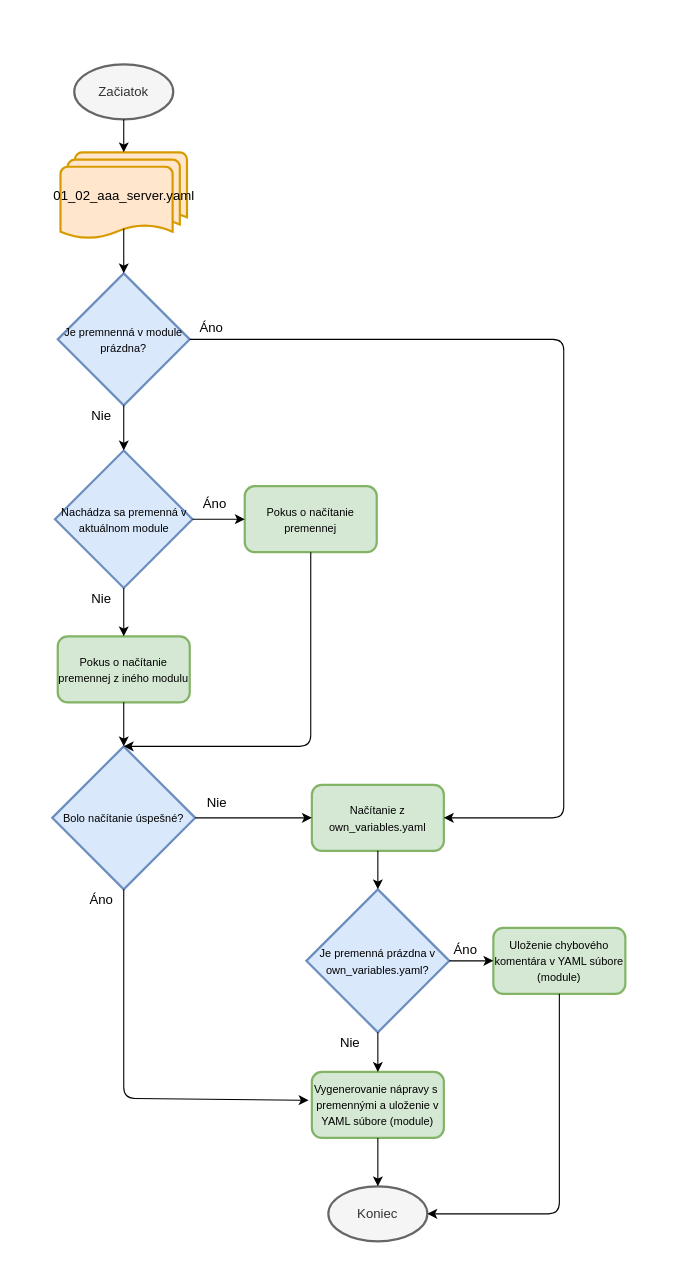
This is thesis/obrazky/variables_fix.drawio from siorus/MasterThesis, a draw.io file, before an edit. Source tidied: cells renumbered, new cells numbered last; positions are measured from the earlier drawing's top-left corner, leaving out a move shared by most shapes. Both pictures are drawn from the tidied source at 110%, with x=0, y=0 at pixel (52, 64).
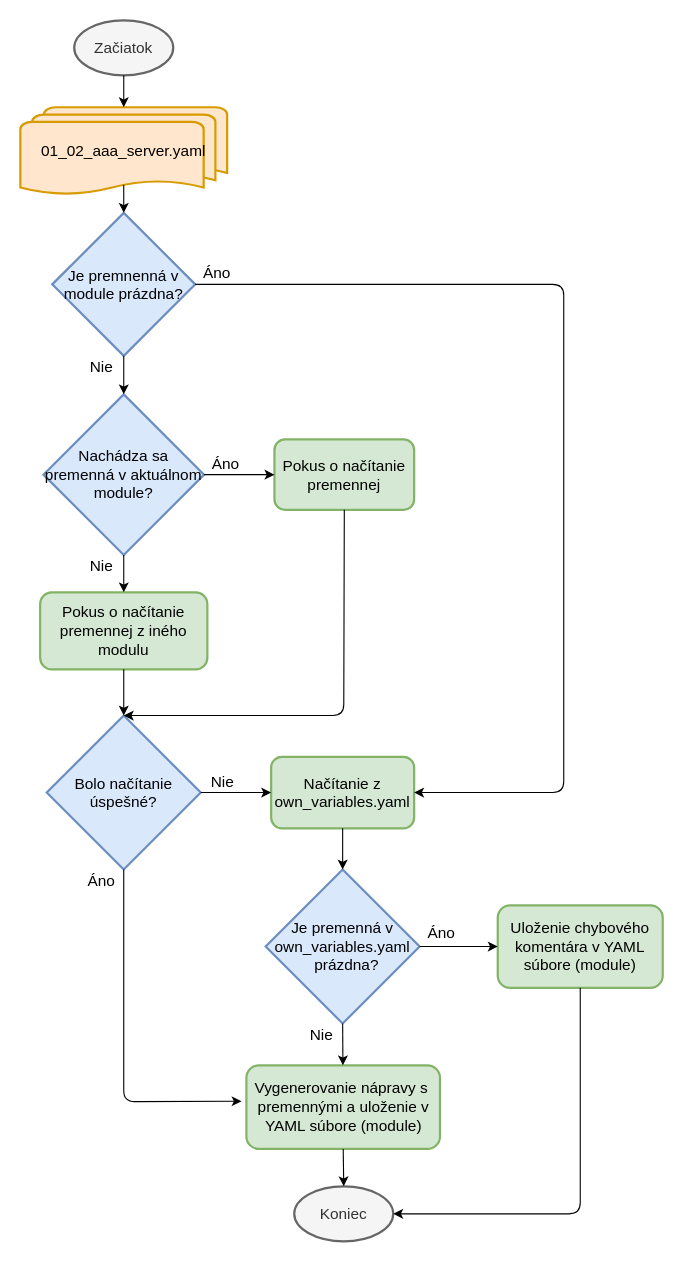
Above is the later version.

Change to the diagram source:
```diff
@@
-    <mxCell id="2" value="Začiatok" style="strokeWidth=2;html=1;shape=mxgraph.flowchart.start_1;whiteSpace=wrap;fontFamily=Vafle VUT;fillColor=#f5f5f5;strokeColor=#666666;fontColor=#333333;" parent="1" vertex="1">
-      <mxGeometry x="20" width="90" height="50" as="geometry" />
+    <mxCell id="2" value="Začiatok" style="strokeWidth=2;html=1;shape=mxgraph.flowchart.start_1;whiteSpace=wrap;fontFamily=Vafle VUT;fillColor=#f5f5f5;strokeColor=#666666;fontColor=#333333;fontSize=14;" parent="1" vertex="1">
+      <mxGeometry x="20" y="-40" width="90" height="50" as="geometry" />
     </mxCell>
-    <mxCell id="3" value="Koniec" style="strokeWidth=2;html=1;shape=mxgraph.flowchart.start_1;whiteSpace=wrap;fontFamily=Vafle VUT;fillColor=#f5f5f5;strokeColor=#666666;fontColor=#333333;" parent="1" vertex="1">
-      <mxGeometry x="251" y="1020" width="90" height="50" as="geometry" />
+    <mxCell id="3" value="Koniec" style="strokeWidth=2;html=1;shape=mxgraph.flowchart.start_1;whiteSpace=wrap;fontFamily=Vafle VUT;fillColor=#f5f5f5;strokeColor=#666666;fontColor=#333333;fontSize=14;" parent="1" vertex="1">
+      <mxGeometry x="220" y="1020" width="90" height="50" as="geometry" />
     </mxCell>
-    <mxCell id="4" value="&lt;font face=&quot;Vafle VUT&quot; style=&quot;font-size: 10px&quot;&gt;Je premnenná v module prázdna?&lt;/font&gt;" style="rhombus;whiteSpace=wrap;html=1;fillColor=#dae8fc;strokeColor=#6c8ebf;strokeWidth=2;" parent="1" vertex="1">
-      <mxGeometry x="5" y="190" width="120" height="120" as="geometry" />
+    <mxCell id="4" value="&lt;font face=&quot;Vafle VUT&quot; style=&quot;font-size: 14px;&quot;&gt;Je premnenná v module prázdna?&lt;/font&gt;" style="rhombus;whiteSpace=wrap;html=1;fillColor=#dae8fc;strokeColor=#6c8ebf;strokeWidth=2;fontFamily=Vafle VUT;fontSize=14;" parent="1" vertex="1">
+      <mxGeometry y="135" width="130" height="130" as="geometry" />
     </mxCell>
-    <mxCell id="5" value="01_02_aaa_server.yaml" style="strokeWidth=2;html=1;shape=mxgraph.flowchart.multi-document;whiteSpace=wrap;fontFamily=Vafle VUT;fillColor=#ffe6cc;strokeColor=#d79b00;" parent="1" vertex="1">
-      <mxGeometry x="7.5" y="80" width="115" height="79" as="geometry" />
+    <mxCell id="5" value="01_02_aaa_server.yaml" style="strokeWidth=2;html=1;shape=mxgraph.flowchart.multi-document;whiteSpace=wrap;fontFamily=Vafle VUT;fillColor=#ffe6cc;strokeColor=#d79b00;fontSize=14;" parent="1" vertex="1">
+      <mxGeometry x="-29" y="39" width="188" height="80" as="geometry" />
     </mxCell>
-    <mxCell id="6" style="endArrow=classic;html=1;exitX=0.5;exitY=1;exitDx=0;exitDy=0;exitPerimeter=0;entryX=0.5;entryY=0;entryDx=0;entryDy=0;entryPerimeter=0;" parent="1" edge="1" source="2" target="5">
+    <mxCell id="6" style="endArrow=classic;html=1;exitX=0.5;exitY=1;exitDx=0;exitDy=0;exitPerimeter=0;entryX=0.5;entryY=0;entryDx=0;entryDy=0;entryPerimeter=0;fontFamily=Vafle VUT;fontSize=14;" parent="1" edge="1" source="2" target="5">
       <mxGeometry relative="1" as="geometry" />
     </mxCell>
-    <mxCell id="7" style="endArrow=classic;html=1;exitX=0.5;exitY=0.88;exitDx=0;exitDy=0;exitPerimeter=0;entryX=0.5;entryY=0;entryDx=0;entryDy=0;" parent="1" edge="1" source="5" target="4">
+    <mxCell id="7" style="endArrow=classic;html=1;exitX=0.5;exitY=0.88;exitDx=0;exitDy=0;exitPerimeter=0;entryX=0.5;entryY=0;entryDx=0;entryDy=0;fontFamily=Vafle VUT;fontSize=14;" parent="1" edge="1" source="5" target="4">
       <mxGeometry relative="1" as="geometry" />
     </mxCell>
-    <mxCell id="8" value="&lt;font face=&quot;Vafle VUT&quot; style=&quot;font-size: 10px&quot;&gt;Pokus o načítanie premennej z iného modulu&lt;/font&gt;" style="rounded=1;whiteSpace=wrap;html=1;strokeWidth=2;fillColor=#d5e8d4;strokeColor=#82b366;" parent="1" vertex="1">
-      <mxGeometry x="5" y="520" width="120" height="60" as="geometry" />
+    <mxCell id="8" value="&lt;font face=&quot;Vafle VUT&quot; style=&quot;font-size: 14px;&quot;&gt;Pokus o načítanie premennej z iného modulu&lt;/font&gt;" style="rounded=1;whiteSpace=wrap;html=1;strokeWidth=2;fillColor=#d5e8d4;strokeColor=#82b366;fontFamily=Vafle VUT;fontSize=14;" parent="1" vertex="1">
+      <mxGeometry x="-11" y="480" width="152" height="70" as="geometry" />
     </mxCell>
-    <mxCell id="9" value="&lt;font face=&quot;Vafle VUT&quot; style=&quot;font-size: 10px&quot;&gt;Nachádza sa premenná v aktuálnom module&lt;/font&gt;" style="rhombus;whiteSpace=wrap;html=1;fillColor=#dae8fc;strokeColor=#6c8ebf;strokeWidth=2;verticalAlign=middle;" parent="1" vertex="1">
-      <mxGeometry x="2.5" y="351" width="125" height="125" as="geometry" />
+    <mxCell id="9" value="&lt;font face=&quot;Vafle VUT&quot; style=&quot;font-size: 14px&quot;&gt;Nachádza sa &lt;br&gt;premenná v aktuálnom module?&lt;/font&gt;" style="rhombus;whiteSpace=wrap;html=1;fillColor=#dae8fc;strokeColor=#6c8ebf;strokeWidth=2;verticalAlign=middle;fontFamily=Vafle VUT;fontSize=14;" parent="1" vertex="1">
+      <mxGeometry x="-8" y="300" width="146" height="146" as="geometry" />
     </mxCell>
-    <mxCell id="10" style="endArrow=classic;html=1;exitX=0.5;exitY=1;exitDx=0;exitDy=0;entryX=0.5;entryY=0;entryDx=0;entryDy=0;" parent="1" edge="1" source="4" target="9">
+    <mxCell id="10" style="endArrow=classic;html=1;exitX=0.5;exitY=1;exitDx=0;exitDy=0;entryX=0.5;entryY=0;entryDx=0;entryDy=0;fontFamily=Vafle VUT;fontSize=14;" parent="1" edge="1" source="4" target="9">
       <mxGeometry relative="1" as="geometry" />
     </mxCell>
-    <mxCell id="11" value="&lt;font style=&quot;font-size: 12px&quot; face=&quot;Vafle VUT&quot;&gt;Áno&lt;/font&gt;" style="text;html=1;strokeColor=none;fillColor=none;align=center;verticalAlign=middle;whiteSpace=wrap;rounded=0;" parent="1" vertex="1">
-      <mxGeometry x="125" y="230" width="40" height="20" as="geometry" />
+    <mxCell id="11" value="&lt;font style=&quot;font-size: 14px;&quot; face=&quot;Vafle VUT&quot;&gt;Áno&lt;/font&gt;" style="text;html=1;strokeColor=none;fillColor=none;align=center;verticalAlign=middle;whiteSpace=wrap;rounded=0;fontFamily=Vafle VUT;fontSize=14;" parent="1" vertex="1">
+      <mxGeometry x="130" y="180" width="40" height="20" as="geometry" />
     </mxCell>
-    <mxCell id="12" style="endArrow=classic;html=1;exitX=0.5;exitY=1;exitDx=0;exitDy=0;entryX=0.5;entryY=0;entryDx=0;entryDy=0;" parent="1" edge="1" source="9" target="8">
+    <mxCell id="12" style="endArrow=classic;html=1;exitX=0.5;exitY=1;exitDx=0;exitDy=0;entryX=0.5;entryY=0;entryDx=0;entryDy=0;fontFamily=Vafle VUT;fontSize=14;" parent="1" edge="1" source="9" target="8">
       <mxGeometry relative="1" as="geometry" />
     </mxCell>
-    <mxCell id="13" value="&lt;font face=&quot;Vafle VUT&quot; style=&quot;font-size: 10px&quot;&gt;Načítanie z own_variables.yaml&lt;/font&gt;" style="rounded=1;whiteSpace=wrap;html=1;strokeWidth=2;fillColor=#d5e8d4;strokeColor=#82b366;" parent="1" vertex="1">
-      <mxGeometry x="236" y="655" width="120" height="60" as="geometry" />
+    <mxCell id="13" value="&lt;font face=&quot;Vafle VUT&quot; style=&quot;font-size: 14px;&quot;&gt;Načítanie z own_variables.yaml&lt;/font&gt;" style="rounded=1;whiteSpace=wrap;html=1;strokeWidth=2;fillColor=#d5e8d4;strokeColor=#82b366;fontFamily=Vafle VUT;fontSize=14;" parent="1" vertex="1">
+      <mxGeometry x="199" y="629.5" width="130" height="65" as="geometry" />
     </mxCell>
-    <mxCell id="14" value="&lt;font face=&quot;Vafle VUT&quot; style=&quot;font-size: 10px&quot;&gt;Bolo načítanie úspešné?&lt;/font&gt;" style="rhombus;whiteSpace=wrap;html=1;fillColor=#dae8fc;strokeColor=#6c8ebf;strokeWidth=2;" parent="1" vertex="1">
-      <mxGeometry y="620" width="130" height="130" as="geometry" />
+    <mxCell id="14" value="&lt;font face=&quot;Vafle VUT&quot; style=&quot;font-size: 14px;&quot;&gt;Bolo načítanie úspešné?&lt;/font&gt;" style="rhombus;whiteSpace=wrap;html=1;fillColor=#dae8fc;strokeColor=#6c8ebf;strokeWidth=2;fontFamily=Vafle VUT;fontSize=14;" parent="1" vertex="1">
+      <mxGeometry x="-5" y="592" width="140" height="140" as="geometry" />
     </mxCell>
-    <mxCell id="15" style="endArrow=classic;html=1;exitX=0.5;exitY=1;exitDx=0;exitDy=0;entryX=0.5;entryY=0;entryDx=0;entryDy=0;" parent="1" edge="1" source="8" target="14">
+    <mxCell id="15" style="endArrow=classic;html=1;exitX=0.5;exitY=1;exitDx=0;exitDy=0;entryX=0.5;entryY=0;entryDx=0;entryDy=0;fontFamily=Vafle VUT;fontSize=14;" parent="1" edge="1" source="8" target="14">
       <mxGeometry relative="1" as="geometry" />
     </mxCell>
-    <mxCell id="16" style="endArrow=classic;html=1;exitX=1;exitY=0.5;exitDx=0;exitDy=0;entryX=1;entryY=0.5;entryDx=0;entryDy=0;" parent="1" edge="1" source="4" target="13">
+    <mxCell id="16" style="endArrow=classic;html=1;exitX=1;exitY=0.5;exitDx=0;exitDy=0;entryX=1;entryY=0.5;entryDx=0;entryDy=0;fontFamily=Vafle VUT;fontSize=14;" parent="1" edge="1" source="4" target="13">
       <mxGeometry relative="1" as="geometry">
         <Array as="points">
-          <mxPoint x="465" y="250" />
-          <mxPoint x="465" y="685" />
+          <mxPoint x="465" y="200" />
+          <mxPoint x="465" y="662" />
         </Array>
       </mxGeometry>
     </mxCell>
-    <mxCell id="17" value="&lt;font face=&quot;Vafle VUT&quot;&gt;&lt;span style=&quot;font-size: 10px&quot;&gt;Vygenerovanie nápravy s&amp;nbsp; premennými a uloženie v YAML súbore (module)&lt;/span&gt;&lt;/font&gt;" style="rounded=1;whiteSpace=wrap;html=1;strokeWidth=2;fillColor=#d5e8d4;strokeColor=#82b366;" parent="1" vertex="1">
-      <mxGeometry x="236" y="916" width="120" height="60" as="geometry" />
+    <mxCell id="17" value="&lt;font face=&quot;Vafle VUT&quot; style=&quot;font-size: 14px;&quot;&gt;&lt;span style=&quot;font-size: 14px;&quot;&gt;Vygenerovanie nápravy s&amp;nbsp; premennými a uloženie v YAML súbore (module)&lt;/span&gt;&lt;/font&gt;" style="rounded=1;whiteSpace=wrap;html=1;strokeWidth=2;fillColor=#d5e8d4;strokeColor=#82b366;fontFamily=Vafle VUT;fontSize=14;" parent="1" vertex="1">
+      <mxGeometry x="176.5" y="910" width="176" height="76" as="geometry" />
     </mxCell>
-    <mxCell id="18" value="&lt;font face=&quot;Vafle VUT&quot;&gt;&lt;span style=&quot;font-size: 10px&quot;&gt;Uloženie chybového komentára&amp;nbsp;&lt;/span&gt;&lt;/font&gt;&lt;span style=&quot;font-family: &amp;#34;vafle vut&amp;#34; ; font-size: 10px&quot;&gt;v YAML súbore (module)&lt;/span&gt;" style="rounded=1;whiteSpace=wrap;html=1;strokeWidth=2;fillColor=#d5e8d4;strokeColor=#82b366;" parent="1" vertex="1">
-      <mxGeometry x="401" y="785" width="120" height="60" as="geometry" />
+    <mxCell id="18" value="&lt;font face=&quot;Vafle VUT&quot; style=&quot;font-size: 14px;&quot;&gt;&lt;span style=&quot;font-size: 14px;&quot;&gt;Uloženie chybového komentára&amp;nbsp;&lt;/span&gt;&lt;/font&gt;&lt;span style=&quot;font-family: &amp;quot;vafle vut&amp;quot;; font-size: 14px;&quot;&gt;v YAML súbore (module)&lt;/span&gt;" style="rounded=1;whiteSpace=wrap;html=1;strokeWidth=2;fillColor=#d5e8d4;strokeColor=#82b366;fontFamily=Vafle VUT;fontSize=14;" parent="1" vertex="1">
+      <mxGeometry x="405" y="764.5" width="150" height="75" as="geometry" />
     </mxCell>
-    <mxCell id="19" value="&lt;font style=&quot;font-size: 12px&quot; face=&quot;Vafle VUT&quot;&gt;Nie&lt;/font&gt;" style="text;html=1;strokeColor=none;fillColor=none;align=center;verticalAlign=middle;whiteSpace=wrap;rounded=0;" parent="1" vertex="1">
-      <mxGeometry x="25" y="310" width="40" height="20" as="geometry" />
+    <mxCell id="19" value="&lt;font style=&quot;font-size: 14px;&quot; face=&quot;Vafle VUT&quot;&gt;Nie&lt;/font&gt;" style="text;html=1;strokeColor=none;fillColor=none;align=center;verticalAlign=middle;whiteSpace=wrap;rounded=0;fontFamily=Vafle VUT;fontSize=14;" parent="1" vertex="1">
+      <mxGeometry x="25" y="265" width="40" height="20" as="geometry" />
     </mxCell>
-    <mxCell id="20" value="&lt;font style=&quot;font-size: 12px&quot; face=&quot;Vafle VUT&quot;&gt;Nie&lt;/font&gt;" style="text;html=1;strokeColor=none;fillColor=none;align=center;verticalAlign=middle;whiteSpace=wrap;rounded=0;" parent="1" vertex="1">
-      <mxGeometry x="25" y="476" width="40" height="20" as="geometry" />
+    <mxCell id="20" value="&lt;font style=&quot;font-size: 14px;&quot; face=&quot;Vafle VUT&quot;&gt;Nie&lt;/font&gt;" style="text;html=1;strokeColor=none;fillColor=none;align=center;verticalAlign=middle;whiteSpace=wrap;rounded=0;fontFamily=Vafle VUT;fontSize=14;" parent="1" vertex="1">
+      <mxGeometry x="25" y="446" width="40" height="20" as="geometry" />
     </mxCell>
-    <mxCell id="21" value="&lt;font style=&quot;font-size: 12px&quot; face=&quot;Vafle VUT&quot;&gt;Áno&lt;/font&gt;" style="text;html=1;strokeColor=none;fillColor=none;align=center;verticalAlign=middle;whiteSpace=wrap;rounded=0;" parent="1" vertex="1">
-      <mxGeometry x="127.5" y="390" width="40" height="20" as="geometry" />
+    <mxCell id="21" value="&lt;font style=&quot;font-size: 14px;&quot; face=&quot;Vafle VUT&quot;&gt;Áno&lt;/font&gt;" style="text;html=1;strokeColor=none;fillColor=none;align=center;verticalAlign=middle;whiteSpace=wrap;rounded=0;fontFamily=Vafle VUT;fontSize=14;" parent="1" vertex="1">
+      <mxGeometry x="138" y="353" width="40" height="20" as="geometry" />
     </mxCell>
-    <mxCell id="22" value="&lt;font face=&quot;Vafle VUT&quot; style=&quot;font-size: 10px&quot;&gt;Je premenná prázdna v own_variables.yaml?&lt;/font&gt;" style="rhombus;whiteSpace=wrap;html=1;fillColor=#dae8fc;strokeColor=#6c8ebf;strokeWidth=2;" parent="1" vertex="1">
-      <mxGeometry x="231" y="750" width="130" height="130" as="geometry" />
+    <mxCell id="22" value="&lt;font face=&quot;Vafle VUT&quot;&gt;Je premenná&amp;nbsp;&lt;/font&gt;v own_variables.yaml&lt;font face=&quot;Vafle VUT&quot;&gt;&lt;br&gt;&amp;nbsp; prázdna?&lt;/font&gt;" style="rhombus;whiteSpace=wrap;html=1;fillColor=#dae8fc;strokeColor=#6c8ebf;strokeWidth=2;fontFamily=Vafle VUT;fontSize=14;" parent="1" vertex="1">
+      <mxGeometry x="194" y="732" width="140" height="140" as="geometry" />
     </mxCell>
-    <mxCell id="23" style="endArrow=classic;html=1;exitX=0.5;exitY=1;exitDx=0;exitDy=0;" parent="1" edge="1" source="22" target="17">
+    <mxCell id="23" style="endArrow=classic;html=1;exitX=0.5;exitY=1;exitDx=0;exitDy=0;fontFamily=Vafle VUT;fontSize=14;" parent="1" edge="1" source="22" target="17">
       <mxGeometry relative="1" as="geometry" />
     </mxCell>
-    <mxCell id="24" style="endArrow=classic;html=1;exitX=1;exitY=0.5;exitDx=0;exitDy=0;entryX=0;entryY=0.5;entryDx=0;entryDy=0;" parent="1" edge="1" source="22" target="18">
+    <mxCell id="24" style="endArrow=classic;html=1;exitX=1;exitY=0.5;exitDx=0;exitDy=0;entryX=0;entryY=0.5;entryDx=0;entryDy=0;fontFamily=Vafle VUT;fontSize=14;" parent="1" edge="1" source="22" target="18">
       <mxGeometry relative="1" as="geometry" />
     </mxCell>
-    <mxCell id="25" value="&lt;font style=&quot;font-size: 12px&quot; face=&quot;Vafle VUT&quot;&gt;Áno&lt;/font&gt;" style="text;html=1;strokeColor=none;fillColor=none;align=center;verticalAlign=middle;whiteSpace=wrap;rounded=0;" parent="1" vertex="1">
-      <mxGeometry x="356" y="795" width="40" height="20" as="geometry" />
+    <mxCell id="25" value="&lt;font style=&quot;font-size: 14px;&quot; face=&quot;Vafle VUT&quot;&gt;Áno&lt;/font&gt;" style="text;html=1;strokeColor=none;fillColor=none;align=center;verticalAlign=middle;whiteSpace=wrap;rounded=0;fontFamily=Vafle VUT;fontSize=14;" parent="1" vertex="1">
+      <mxGeometry x="334" y="780" width="40" height="20" as="geometry" />
     </mxCell>
-    <mxCell id="26" value="&lt;font face=&quot;Vafle VUT&quot;&gt;Nie&lt;/font&gt;" style="text;html=1;strokeColor=none;fillColor=none;align=center;verticalAlign=middle;whiteSpace=wrap;rounded=0;" parent="1" vertex="1">
-      <mxGeometry x="251" y="880" width="40" height="20" as="geometry" />
+    <mxCell id="26" value="&lt;font face=&quot;Vafle VUT&quot; style=&quot;font-size: 14px;&quot;&gt;Nie&lt;/font&gt;" style="text;html=1;strokeColor=none;fillColor=none;align=center;verticalAlign=middle;whiteSpace=wrap;rounded=0;fontFamily=Vafle VUT;fontSize=14;" parent="1" vertex="1">
+      <mxGeometry x="225" y="872" width="40" height="20" as="geometry" />
     </mxCell>
-    <mxCell id="27" value="&lt;font face=&quot;Vafle VUT&quot; style=&quot;font-size: 10px&quot;&gt;Pokus o načítanie premennej&lt;/font&gt;" style="rounded=1;whiteSpace=wrap;html=1;strokeWidth=2;fillColor=#d5e8d4;strokeColor=#82b366;" parent="1" vertex="1">
-      <mxGeometry x="175" y="383.5" width="120" height="60" as="geometry" />
+    <mxCell id="27" value="&lt;font face=&quot;Vafle VUT&quot; style=&quot;font-size: 14px;&quot;&gt;Pokus o načítanie premennej&lt;/font&gt;" style="rounded=1;whiteSpace=wrap;html=1;strokeWidth=2;fillColor=#d5e8d4;strokeColor=#82b366;fontFamily=Vafle VUT;fontSize=14;" parent="1" vertex="1">
+      <mxGeometry x="202" y="341" width="127" height="64" as="geometry" />
     </mxCell>
-    <mxCell id="28" style="endArrow=classic;html=1;exitX=1;exitY=0.5;exitDx=0;exitDy=0;entryX=0;entryY=0.5;entryDx=0;entryDy=0;" parent="1" edge="1" source="9" target="27">
+    <mxCell id="28" style="endArrow=classic;html=1;exitX=1;exitY=0.5;exitDx=0;exitDy=0;entryX=0;entryY=0.5;entryDx=0;entryDy=0;fontFamily=Vafle VUT;fontSize=14;" parent="1" edge="1" source="9" target="27">
       <mxGeometry relative="1" as="geometry" />
     </mxCell>
-    <mxCell id="29" style="endArrow=classic;html=1;exitX=0.5;exitY=1;exitDx=0;exitDy=0;entryX=0.5;entryY=0;entryDx=0;entryDy=0;" parent="1" edge="1" source="27" target="14">
+    <mxCell id="29" style="endArrow=classic;html=1;exitX=0.5;exitY=1;exitDx=0;exitDy=0;entryX=0.5;entryY=0;entryDx=0;entryDy=0;fontFamily=Vafle VUT;fontSize=14;" parent="1" edge="1" source="27" target="14">
       <mxGeometry relative="1" as="geometry">
         <Array as="points">
-          <mxPoint x="235" y="620" />
+          <mxPoint x="265" y="592" />
         </Array>
       </mxGeometry>
     </mxCell>
-    <mxCell id="30" style="endArrow=classic;html=1;exitX=1;exitY=0.5;exitDx=0;exitDy=0;entryX=0;entryY=0.5;entryDx=0;entryDy=0;" parent="1" edge="1" source="14" target="13">
+    <mxCell id="30" style="endArrow=classic;html=1;exitX=1;exitY=0.5;exitDx=0;exitDy=0;entryX=0;entryY=0.5;entryDx=0;entryDy=0;fontFamily=Vafle VUT;fontSize=14;" parent="1" edge="1" source="14" target="13">
       <mxGeometry relative="1" as="geometry" />
     </mxCell>
-    <mxCell id="31" value="&lt;font style=&quot;font-size: 12px&quot; face=&quot;Vafle VUT&quot;&gt;Nie&lt;/font&gt;" style="text;html=1;strokeColor=none;fillColor=none;align=center;verticalAlign=middle;whiteSpace=wrap;rounded=0;" parent="1" vertex="1">
-      <mxGeometry x="130" y="662" width="40" height="20" as="geometry" />
+    <mxCell id="31" value="&lt;font style=&quot;font-size: 14px;&quot; face=&quot;Vafle VUT&quot;&gt;Nie&lt;/font&gt;" style="text;html=1;strokeColor=none;fillColor=none;align=center;verticalAlign=middle;whiteSpace=wrap;rounded=0;fontFamily=Vafle VUT;fontSize=14;" parent="1" vertex="1">
+      <mxGeometry x="135" y="642" width="40" height="20" as="geometry" />
     </mxCell>
-    <mxCell id="32" style="endArrow=classic;html=1;entryX=0.5;entryY=0;entryDx=0;entryDy=0;exitX=0.5;exitY=1;exitDx=0;exitDy=0;" parent="1" edge="1" source="13" target="22">
+    <mxCell id="32" style="endArrow=classic;html=1;entryX=0.5;entryY=0;entryDx=0;entryDy=0;exitX=0.5;exitY=1;exitDx=0;exitDy=0;fontFamily=Vafle VUT;fontSize=14;" parent="1" edge="1" source="13" target="22">
       <mxGeometry relative="1" as="geometry" />
     </mxCell>
-    <mxCell id="33" style="endArrow=classic;html=1;exitX=0.5;exitY=1;exitDx=0;exitDy=0;entryX=-0.025;entryY=0.429;entryDx=0;entryDy=0;entryPerimeter=0;" parent="1" edge="1" source="14" target="17">
+    <mxCell id="33" style="endArrow=classic;html=1;exitX=0.5;exitY=1;exitDx=0;exitDy=0;entryX=-0.025;entryY=0.429;entryDx=0;entryDy=0;entryPerimeter=0;fontFamily=Vafle VUT;fontSize=14;" parent="1" edge="1" source="14" target="17">
       <mxGeometry relative="1" as="geometry">
         <Array as="points">
-          <mxPoint x="65" y="940" />
+          <mxPoint x="65" y="943" />
         </Array>
       </mxGeometry>
     </mxCell>
-    <mxCell id="34" value="&lt;font style=&quot;font-size: 12px&quot; face=&quot;Vafle VUT&quot;&gt;Áno&lt;/font&gt;" style="text;html=1;strokeColor=none;fillColor=none;align=center;verticalAlign=middle;whiteSpace=wrap;rounded=0;" parent="1" vertex="1">
-      <mxGeometry x="25" y="750" width="40" height="20" as="geometry" />
+    <mxCell id="34" value="&lt;font style=&quot;font-size: 14px;&quot; face=&quot;Vafle VUT&quot;&gt;Áno&lt;/font&gt;" style="text;html=1;strokeColor=none;fillColor=none;align=center;verticalAlign=middle;whiteSpace=wrap;rounded=0;fontFamily=Vafle VUT;fontSize=14;" parent="1" vertex="1">
+      <mxGeometry x="25" y="732" width="40" height="20" as="geometry" />
     </mxCell>
-    <mxCell id="35" style="endArrow=classic;html=1;exitX=0.5;exitY=1;exitDx=0;exitDy=0;entryX=0.5;entryY=0;entryDx=0;entryDy=0;entryPerimeter=0;" parent="1" edge="1" source="17" target="3">
+    <mxCell id="35" style="endArrow=classic;html=1;exitX=0.5;exitY=1;exitDx=0;exitDy=0;entryX=0.5;entryY=0;entryDx=0;entryDy=0;entryPerimeter=0;fontFamily=Vafle VUT;fontSize=14;" parent="1" edge="1" source="17" target="3">
       <mxGeometry relative="1" as="geometry" />
     </mxCell>
-    <mxCell id="36" style="endArrow=classic;html=1;exitX=0.5;exitY=1;exitDx=0;exitDy=0;entryX=1;entryY=0.5;entryDx=0;entryDy=0;entryPerimeter=0;" parent="1" edge="1" source="18" target="3">
+    <mxCell id="36" style="endArrow=classic;html=1;exitX=0.5;exitY=1;exitDx=0;exitDy=0;entryX=1;entryY=0.5;entryDx=0;entryDy=0;entryPerimeter=0;fontFamily=Vafle VUT;fontSize=14;" parent="1" edge="1" source="18" target="3">
       <mxGeometry relative="1" as="geometry">
         <Array as="points">
-          <mxPoint x="461" y="1045" />
+          <mxPoint x="480" y="1045" />
         </Array>
       </mxGeometry>
     </mxCell>
```
